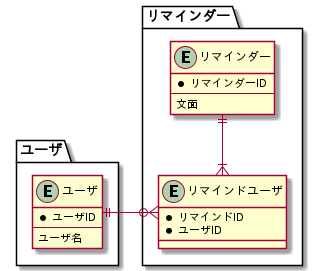
Before: database/32_modeling4/assets/penpen-v1.png, a diagram exported from PlantUML (shimopino/praha-challenges). Its diagram source:
```plantuml
@startuml penpen-v1

skinparam Linetype ortho

package ユーザ {
    entity ユーザ {
        * ユーザID
        --
        ユーザ名
    }
}

package リマインダー {
    entity リマインダー {
        * リマインダーID
        --
        文面
    }

    entity リマインドユーザ {
        * リマインドID
        * ユーザID
    }
}

リマインダー ||--|{ リマインドユーザ
ユーザ ||-r-o{ リマインドユーザ

@enduml
```
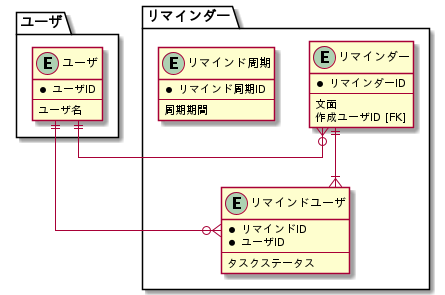
After the commit.

Commit message:
docs: リマインドとユーザの交差テーブルを導入 #109

The edit, as a diff of the source:
```diff
@@ -15,15 +15,25 @@
         * リマインダーID
         --
         文面
+        作成ユーザID [FK]
+    }
+
+    entity リマインド周期 {
+        * リマインド周期ID
+        --
+        周期期間
     }
 
     entity リマインドユーザ {
         * リマインドID
         * ユーザID
+        --
+        タスクステータス
     }
 }
 
 リマインダー ||--|{ リマインドユーザ
 ユーザ ||-r-o{ リマインドユーザ
+ユーザ ||-r-o{ リマインダー
 
 @enduml
```
